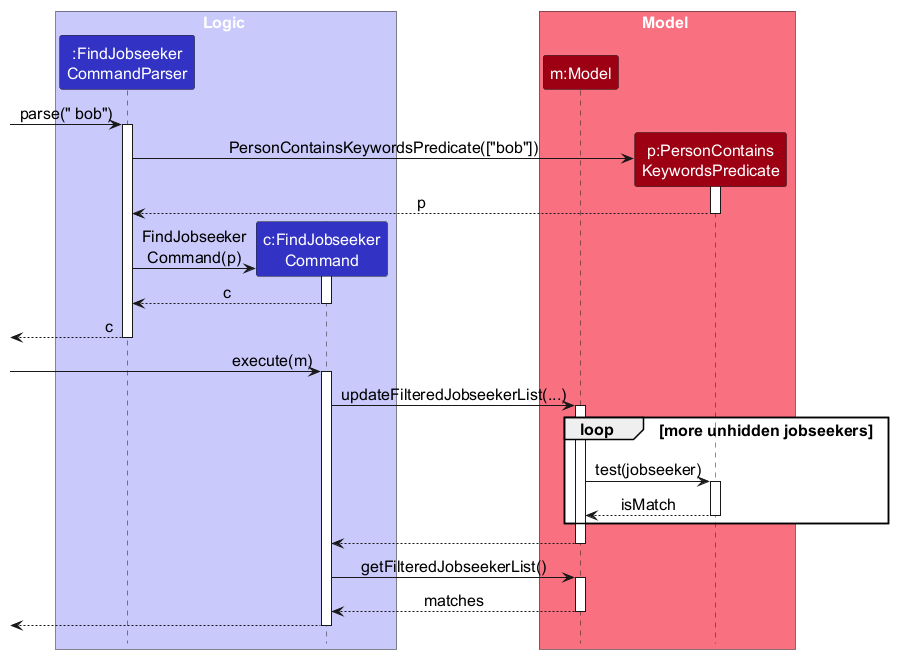
AY2627S1-CS2103T-F10-4/tp keeps this PlantUML diagram as docs/images/FindJobseekerSequenceDiagram.png. Above is the earlier version.
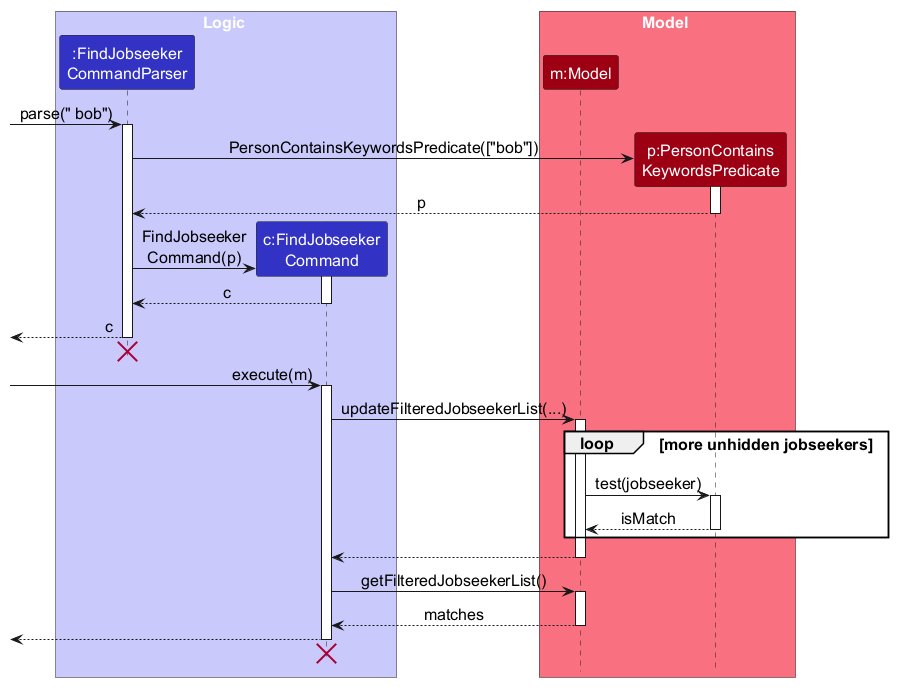
After the commit.

Commit message:
Add objection deletion to findcommand uml

The edit, as a diff of the source:
```diff
@@ -32,6 +32,8 @@
 
 [<-- Parser : c
 deactivate Parser
+Parser -[hidden]-> Command
+destroy Parser
 
 [-> Command : execute(m)
 activate Command
@@ -58,4 +60,6 @@
 
 [<-- Command
 deactivate Command
+Command -[hidden]-> Model
+destroy Command
 @enduml
```
